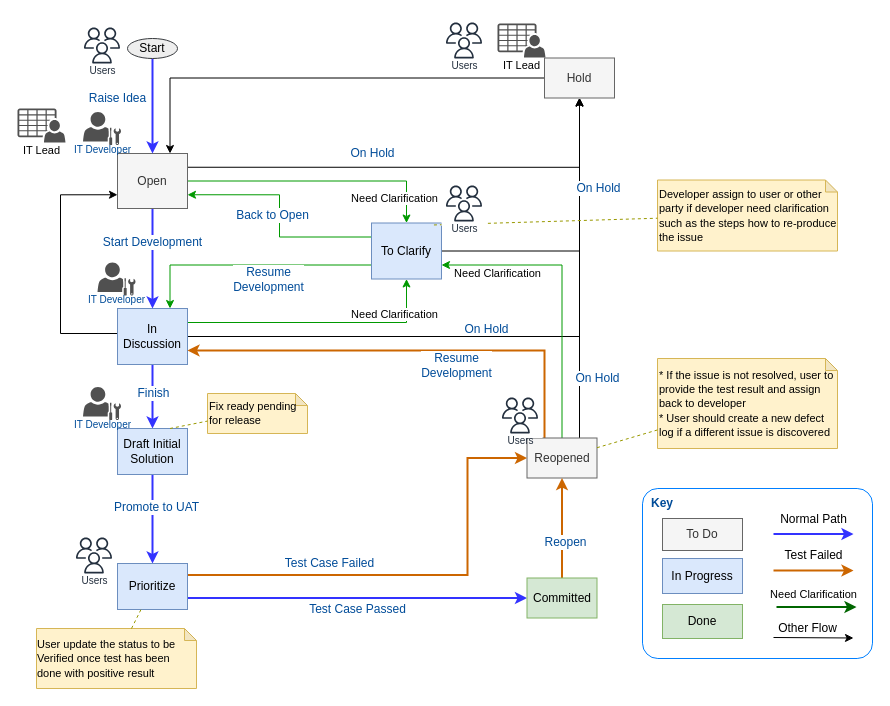
Above: Change Request Workflow.drawio in whalebig27/change-request-process-diagram (draw.io), before the change. Source tidied: cells renumbered, new cells numbered last; positions are measured from the earlier drawing's top-left corner, leaving out a move shared by most shapes. Both pictures are drawn from the tidied source at 100%, with x=0, y=0 at pixel (17, 18).
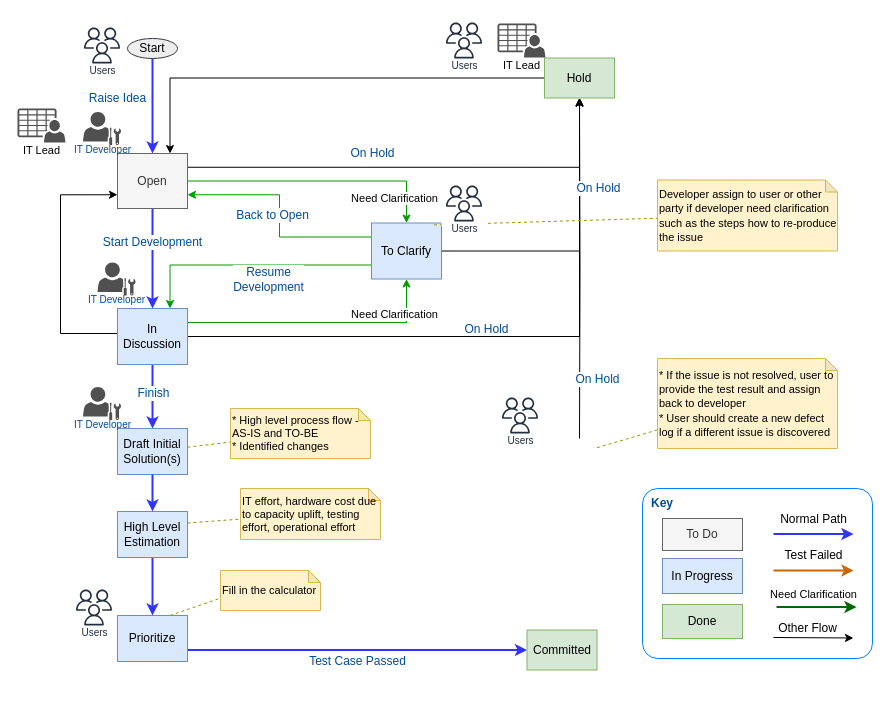
The same page after the edit.

Unchanged cells that the change refers to:
```xml
<mxCell id="10" value="In Discussion" style="rounded=0;whiteSpace=wrap;html=1;strokeColor=#6c8ebf;fontSize=12;align=center;fillColor=#dae8fc;" parent="1" vertex="1">
  <mxGeometry x="100" y="290" width="70" height="56" as="geometry" />
</mxCell>
<mxCell id="44" value="To Clarify" style="rounded=0;whiteSpace=wrap;html=1;strokeColor=#6c8ebf;fontSize=12;align=center;fillColor=#dae8fc;" parent="1" vertex="1">
  <mxGeometry x="354" y="204.5" width="70" height="56" as="geometry" />
</mxCell>
<mxCell id="50" value="&lt;div style=&quot;text-align: left&quot;&gt;&lt;span style=&quot;font-size: 11px&quot;&gt;* If the issue is not resolved, user to provide the test result and assign back to developer&lt;/span&gt;&lt;/div&gt;&lt;div style=&quot;text-align: left&quot;&gt;&lt;span style=&quot;font-size: 11px&quot;&gt;* User should create a new defect log if a different issue is discovered&lt;/span&gt;&lt;/div&gt;" style="shape=note;whiteSpace=wrap;html=1;backgroundOutline=1;darkOpacity=0.05;strokeColor=#d6b656;fontSize=12;align=left;size=12;fillColor=#fff2cc;" parent="1" vertex="1">
  <mxGeometry x="640" y="340" width="180" height="90" as="geometry" />
</mxCell>
```

What changed in the source:
```diff
@@
-    <mxCell id="18" style="edgeStyle=orthogonalEdgeStyle;rounded=0;jettySize=auto;html=1;entryX=0.5;entryY=0;entryDx=0;entryDy=0;fontSize=12;fontColor=#004C99;strokeColor=#3333FF;strokeWidth=2;" parent="1" edge="1" source="20" target="34">
+    <mxCell id="18" style="edgeStyle=orthogonalEdgeStyle;rounded=0;jettySize=auto;html=1;entryX=0.5;entryY=0;entryDx=0;entryDy=0;fontSize=12;fontColor=#004C99;strokeColor=#3333FF;strokeWidth=2;" parent="1" edge="1" source="80" target="34">
       <mxGeometry relative="1" as="geometry" />
     </mxCell>
-    <mxCell id="19" value="Promote to UAT" style="text;html=1;align=center;verticalAlign=middle;labelBackgroundColor=#ffffff;fontSize=12;fontColor=#004C99;" parent="18" vertex="1">
-      <mxGeometry x="-0.27" y="3" relative="1" as="geometry" />
-    </mxCell>
-    <mxCell id="20" value="Draft Initial Solution" style="rounded=0;whiteSpace=wrap;html=1;strokeColor=#6c8ebf;fontSize=12;align=center;fillColor=#dae8fc;" parent="1" vertex="1">
+    <mxCell id="20" value="Draft Initial Solution(s)" style="rounded=0;whiteSpace=wrap;html=1;strokeColor=#6c8ebf;fontSize=12;align=center;fillColor=#dae8fc;" parent="1" vertex="1">
       <mxGeometry x="100" y="410" width="70" height="46" as="geometry" />
     </mxCell>
-    <mxCell id="21" style="edgeStyle=orthogonalEdgeStyle;rounded=0;jettySize=auto;html=1;entryX=1;entryY=0.75;entryDx=0;entryDy=0;fontSize=12;fontColor=#004C99;exitX=0.25;exitY=0;exitDx=0;exitDy=0;strokeColor=#CC6600;strokeWidth=2;" parent="1" edge="1" source="27" target="10">
-      <mxGeometry relative="1" as="geometry">
-        <Array as="points">
-          <mxPoint x="527" y="332" />
-        </Array>
-      </mxGeometry>
-    </mxCell>
-    <mxCell id="22" value="Resume &lt;br&gt;Development" style="text;html=1;align=center;verticalAlign=middle;labelBackgroundColor=#ffffff;fontSize=12;fontColor=#004C99;" parent="21" vertex="1">
-      <mxGeometry x="-0.23" y="-3" relative="1" as="geometry">
-        <mxPoint x="-5" y="17" as="offset" />
-      </mxGeometry>
-    </mxCell>
-    <mxCell id="23" style="edgeStyle=orthogonalEdgeStyle;rounded=0;jettySize=auto;html=1;entryX=0.5;entryY=1;entryDx=0;entryDy=0;fontSize=12;fontColor=#004C99;exitX=0.75;exitY=0;exitDx=0;exitDy=0;" parent="1" edge="1" source="27" target="29">
-      <mxGeometry relative="1" as="geometry" />
+    <mxCell id="23" style="edgeStyle=orthogonalEdgeStyle;rounded=0;jettySize=auto;html=1;entryX=0.5;entryY=1;entryDx=0;entryDy=0;fontSize=12;fontColor=#004C99;" parent="1" edge="1" target="29">
+      <mxGeometry relative="1" as="geometry">
+        <mxPoint x="562" y="420" as="sourcePoint" />
+      </mxGeometry>
     </mxCell>
@@
-    <mxCell id="25" style="edgeStyle=orthogonalEdgeStyle;rounded=0;jettySize=auto;html=1;exitX=0.5;exitY=0;exitDx=0;exitDy=0;entryX=1;entryY=0.75;entryDx=0;entryDy=0;strokeColor=#009900;strokeWidth=1;" parent="1" edge="1" source="27" target="44">
-      <mxGeometry relative="1" as="geometry" />
-    </mxCell>
-    <mxCell id="26" value="Need Clarification" style="text;html=1;align=center;verticalAlign=middle;labelBackgroundColor=#ffffff;fontSize=11;" parent="25" vertex="1">
-      <mxGeometry x="0.6" y="3" relative="1" as="geometry">
-        <mxPoint x="-3" y="5" as="offset" />
-      </mxGeometry>
-    </mxCell>
-    <mxCell id="27" value="Reopened" style="rounded=0;whiteSpace=wrap;html=1;strokeColor=#666666;fontSize=12;align=center;fontColor=#333333;fillColor=#f5f5f5;" parent="1" vertex="1">
-      <mxGeometry x="509.5" y="419.5" width="70" height="40" as="geometry" />
-    </mxCell>
@@
-    <mxCell id="29" value="Hold" style="rounded=0;whiteSpace=wrap;html=1;strokeColor=#666666;fontSize=12;align=center;fontColor=#333333;fillColor=#f5f5f5;" parent="1" vertex="1">
+    <mxCell id="29" value="Hold" style="rounded=0;whiteSpace=wrap;html=1;strokeColor=#82b366;fontSize=12;align=center;fillColor=#d5e8d4;" parent="1" vertex="1">
       <mxGeometry x="527" y="39.5" width="70" height="40" as="geometry" />
     </mxCell>
@@
-    <mxCell id="32" style="edgeStyle=orthogonalEdgeStyle;rounded=0;jettySize=auto;html=1;exitX=1;exitY=0.25;exitDx=0;exitDy=0;entryX=0;entryY=0.5;entryDx=0;entryDy=0;fontSize=12;fontColor=#004C99;strokeColor=#CC6600;strokeWidth=2;" parent="1" edge="1" source="34" target="27">
-      <mxGeometry relative="1" as="geometry">
-        <Array as="points">
-          <mxPoint x="170" y="557" />
-          <mxPoint x="450" y="557" />
-          <mxPoint x="450" y="440" />
-        </Array>
-      </mxGeometry>
-    </mxCell>
-    <mxCell id="33" value="Test Case Failed" style="text;html=1;align=center;verticalAlign=middle;labelBackgroundColor=#ffffff;fontSize=12;fontColor=#004C99;" parent="32" vertex="1">
-      <mxGeometry x="-0.4" y="33" relative="1" as="geometry">
-        <mxPoint x="4" y="21" as="offset" />
-      </mxGeometry>
-    </mxCell>
     <mxCell id="34" value="Prioritize" style="rounded=0;whiteSpace=wrap;html=1;strokeColor=#6c8ebf;fontSize=12;align=center;fillColor=#dae8fc;" parent="1" vertex="1">
-      <mxGeometry x="100" y="545" width="70" height="46" as="geometry" />
+      <mxGeometry x="100" y="597" width="70" height="46" as="geometry" />
     </mxCell>
-    <mxCell id="35" style="edgeStyle=orthogonalEdgeStyle;rounded=0;jettySize=auto;html=1;entryX=0.5;entryY=1;entryDx=0;entryDy=0;fontSize=12;fontColor=#004C99;strokeColor=#CC6600;strokeWidth=2;" parent="1" edge="1" source="37" target="27">
-      <mxGeometry relative="1" as="geometry" />
-    </mxCell>
-    <mxCell id="36" value="Reopen" style="text;html=1;align=center;verticalAlign=middle;labelBackgroundColor=#ffffff;fontSize=12;fontColor=#004C99;" parent="35" vertex="1">
-      <mxGeometry x="-0.28" y="-3" relative="1" as="geometry" />
-    </mxCell>
     <mxCell id="37" value="Committed" style="rounded=0;whiteSpace=wrap;html=1;strokeColor=#82b366;fontSize=12;align=center;fillColor=#d5e8d4;" parent="1" vertex="1">
-      <mxGeometry x="509.5" y="559.5" width="70" height="40" as="geometry" />
+      <mxGeometry x="509.5" y="611.5" width="70" height="40" as="geometry" />
     </mxCell>
@@
-    <mxCell id="48" value="Fix ready pending for release" style="shape=note;whiteSpace=wrap;html=1;backgroundOutline=1;darkOpacity=0.05;strokeColor=#d6b656;fontSize=11;align=left;size=12;fillColor=#fff2cc;" parent="1" vertex="1">
-      <mxGeometry x="190" y="375" width="100" height="40" as="geometry" />
+    <mxCell id="48" value="Fill in the calculator" style="shape=note;whiteSpace=wrap;html=1;backgroundOutline=1;darkOpacity=0.05;strokeColor=#d6b656;fontSize=11;align=left;size=12;fillColor=#fff2cc;" parent="1" vertex="1">
+      <mxGeometry x="203" y="552" width="100" height="40" as="geometry" />
     </mxCell>
-    <mxCell id="49" style="endArrow=none;dashed=1;html=1;fontSize=12;fontColor=#004C99;entryX=0.001;entryY=0.689;entryDx=0;entryDy=0;entryPerimeter=0;exitX=0.75;exitY=0;exitDx=0;exitDy=0;strokeColor=#999900;" parent="1" edge="1" source="20" target="48">
+    <mxCell id="49" style="endArrow=none;dashed=1;html=1;fontSize=12;fontColor=#004C99;entryX=0.001;entryY=0.689;entryDx=0;entryDy=0;entryPerimeter=0;exitX=0.75;exitY=0;exitDx=0;exitDy=0;strokeColor=#999900;" parent="1" edge="1" source="34" target="48">
       <mxGeometry relative="1" as="geometry" />
     </mxCell>
@@
-    <mxCell id="51" style="endArrow=none;dashed=1;html=1;fontSize=12;fontColor=#004C99;strokeColor=#999900;" parent="1" edge="1" source="27" target="50">
-      <mxGeometry relative="1" as="geometry" />
+    <mxCell id="51" style="endArrow=none;dashed=1;html=1;fontSize=12;fontColor=#004C99;strokeColor=#999900;" parent="1" edge="1" target="50">
+      <mxGeometry relative="1" as="geometry">
+        <mxPoint x="579.5" y="429.2" as="sourcePoint" />
+      </mxGeometry>
     </mxCell>
@@
-    <mxCell id="54" value="&lt;div style=&quot;text-align: left&quot;&gt;&lt;span style=&quot;font-size: 11px&quot;&gt;User update the status to be Verified once test has been done with positive result&lt;/span&gt;&lt;/div&gt;" style="shape=note;whiteSpace=wrap;html=1;backgroundOutline=1;darkOpacity=0.05;strokeColor=#d6b656;fontSize=12;align=center;size=12;fillColor=#fff2cc;" parent="1" vertex="1">
-      <mxGeometry x="19" y="610" width="160" height="60" as="geometry" />
-    </mxCell>
-    <mxCell id="55" style="endArrow=none;dashed=1;html=1;fontSize=12;fontColor=#004C99;strokeColor=#999900;" parent="1" edge="1" source="54" target="34">
-      <mxGeometry relative="1" as="geometry" />
-    </mxCell>
@@
     <mxCell id="60" value="Users" style="fontColor=#232F3E;gradientColor=none;strokeColor=#232F3E;fillColor=#ffffff;dashed=0;verticalLabelPosition=bottom;verticalAlign=top;align=center;html=1;fontSize=10;fontStyle=0;shape=mxgraph.aws4.resourceIcon;resIcon=mxgraph.aws4.users;spacingTop=-10;" parent="1" vertex="1">
-      <mxGeometry x="54" y="514.5" width="45" height="45" as="geometry" />
+      <mxGeometry x="54" y="566.5" width="45" height="45" as="geometry" />
     </mxCell>
@@
+    <mxCell id="78" value="* High level process flow - AS-IS and TO-BE&lt;br&gt;* Identified changes" style="shape=note;whiteSpace=wrap;html=1;backgroundOutline=1;darkOpacity=0.05;strokeColor=#d6b656;fontSize=11;align=left;size=12;fillColor=#fff2cc;" parent="1" vertex="1">
+      <mxGeometry x="213" y="390" width="140" height="50" as="geometry" />
+    </mxCell>
+    <mxCell id="79" style="endArrow=none;dashed=1;html=1;fontSize=12;fontColor=#004C99;strokeColor=#999900;" parent="1" edge="1" source="20" target="78">
+      <mxGeometry relative="1" as="geometry" />
+    </mxCell>
+    <mxCell id="80" value="High Level Estimation" style="rounded=0;whiteSpace=wrap;html=1;strokeColor=#6c8ebf;fontSize=12;align=center;fillColor=#dae8fc;" parent="1" vertex="1">
+      <mxGeometry x="100" y="493" width="70" height="46" as="geometry" />
+    </mxCell>
+    <mxCell id="81" style="edgeStyle=orthogonalEdgeStyle;rounded=0;jettySize=auto;html=1;entryX=0.5;entryY=0;entryDx=0;entryDy=0;fontSize=12;fontColor=#004C99;strokeColor=#3333FF;strokeWidth=2;" parent="1" edge="1" source="20" target="80">
+      <mxGeometry relative="1" as="geometry" />
+    </mxCell>
+    <mxCell id="82" value="IT effort, hardware cost due to capacity uplift, testing effort, operational effort" style="shape=note;whiteSpace=wrap;html=1;backgroundOutline=1;darkOpacity=0.05;strokeColor=#d6b656;fontSize=11;align=left;size=12;fillColor=#fff2cc;" parent="1" vertex="1">
+      <mxGeometry x="223" y="470" width="140" height="51" as="geometry" />
+    </mxCell>
+    <mxCell id="83" style="endArrow=none;dashed=1;html=1;fontSize=12;fontColor=#004C99;strokeColor=#999900;exitX=1;exitY=0.25;exitDx=0;exitDy=0;" parent="1" edge="1" source="80" target="82">
+      <mxGeometry relative="1" as="geometry" />
+    </mxCell>
```
